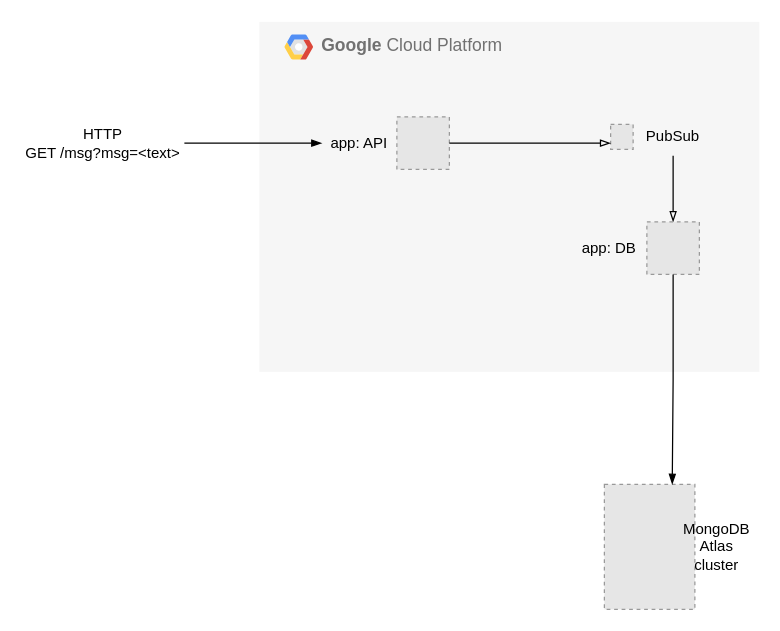
This is docs/diagrams/gcp-cloud-run-pubsun-example.drawio from andreswebs/gcp-cloudrun-pubsub-push-example, a draw.io file, before an edit. Source tidied: cells renumbered, new cells numbered last; positions are measured from the earlier drawing's top-left corner, leaving out a move shared by most shapes. Both pictures are drawn from the tidied source at 125%, with x=0, y=0 at pixel (21, 21). Pictures stored in the file or linked from it are replaced by grey dashed boxes.
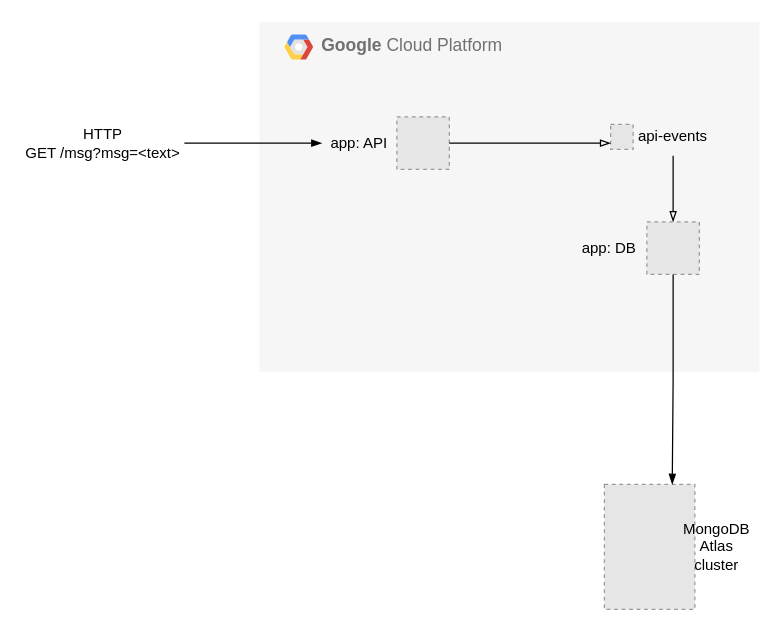
The same page after the edit.

The change refers to these unchanged cells:
```xml
<mxCell id="4" style="group;" parent="2" vertex="1">
  <mxGeometry x="281" y="77" width="80" height="30" as="geometry" />
</mxCell>
```

What changed in the source:
```diff
@@
-    <mxCell id="6" value="PubSub" style="text;html=1;strokeColor=none;fillColor=none;align=center;verticalAlign=middle;whiteSpace=wrap;rounded=0;" parent="4" vertex="1">
+    <mxCell id="6" value="api-events" style="text;html=1;strokeColor=none;fillColor=none;align=center;verticalAlign=middle;whiteSpace=wrap;rounded=0;" parent="4" vertex="1">
       <mxGeometry x="20" width="60" height="30" as="geometry" />
     </mxCell>
```
